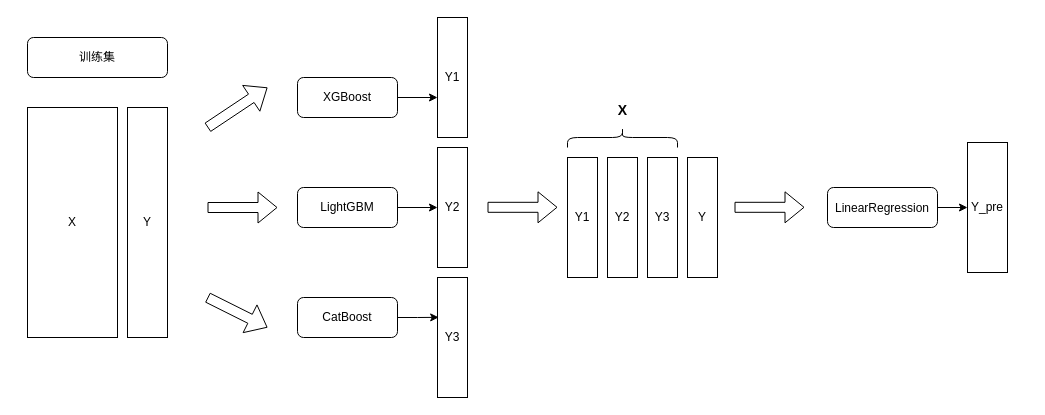
Before: stacking.drawio in bxf9812/learngit, a draw.io diagram. Source tidied: cells renumbered, new cells numbered last; positions are measured from the earlier drawing's top-left corner, leaving out a move shared by most shapes. Both pictures are drawn from the tidied source at 100%, with x=0, y=0 at pixel (27, 17).
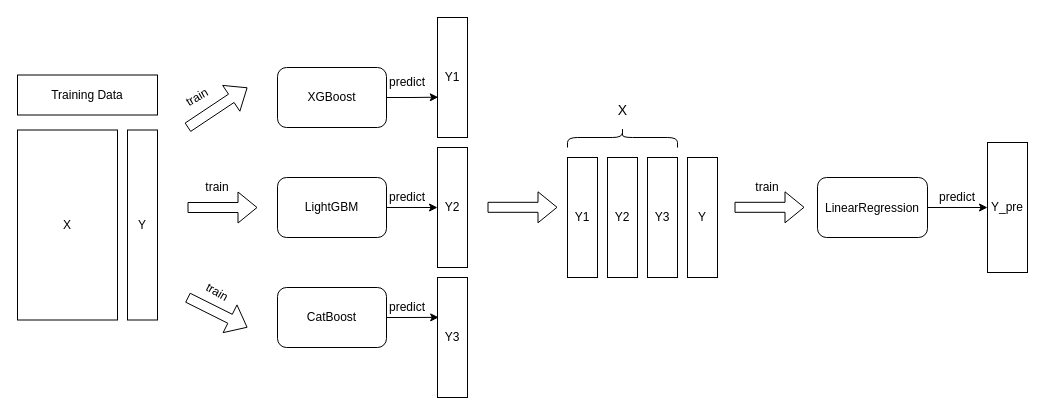
After the change.

The change refers to these unchanged cells:
```xml
<mxCell id="14" value="Y1" style="rounded=0;whiteSpace=wrap;html=1;" parent="1" vertex="1">
  <mxGeometry x="410" width="30" height="120" as="geometry" />
</mxCell>
```

The edit, as a diff of the source:
```diff
@@
-    <mxCell id="2" value="训练集" style="rounded=1;whiteSpace=wrap;html=1;" parent="1" vertex="1">
-      <mxGeometry y="20" width="140" height="40" as="geometry" />
-    </mxCell>
     <mxCell id="3" value="X" style="rounded=0;whiteSpace=wrap;html=1;" parent="1" vertex="1">
-      <mxGeometry y="90" width="90" height="230" as="geometry" />
+      <mxGeometry x="-10" y="112.5" width="100" height="190" as="geometry" />
     </mxCell>
     <mxCell id="4" value="Y" style="rounded=0;whiteSpace=wrap;html=1;" parent="1" vertex="1">
-      <mxGeometry x="100" y="90" width="40" height="230" as="geometry" />
+      <mxGeometry x="100" y="112.5" width="30" height="190" as="geometry" />
     </mxCell>
     <mxCell id="5" style="shape=flexArrow;endArrow=classic;html=1;rounded=0;" parent="1" edge="1">
       <mxGeometry relative="1" as="geometry">
-        <mxPoint x="180" y="110" as="sourcePoint" />
-        <mxPoint x="240" y="70" as="targetPoint" />
+        <mxPoint x="160" y="110" as="sourcePoint" />
+        <mxPoint x="220" y="70" as="targetPoint" />
       </mxGeometry>
     </mxCell>
     <mxCell id="6" style="shape=flexArrow;endArrow=classic;html=1;rounded=0;" parent="1" edge="1">
       <mxGeometry relative="1" as="geometry">
-        <mxPoint x="180" y="190" as="sourcePoint" />
-        <mxPoint x="250" y="190" as="targetPoint" />
+        <mxPoint x="160" y="190" as="sourcePoint" />
+        <mxPoint x="230" y="190" as="targetPoint" />
       </mxGeometry>
     </mxCell>
     <mxCell id="7" style="shape=flexArrow;endArrow=classic;html=1;rounded=0;" parent="1" edge="1">
       <mxGeometry relative="1" as="geometry">
-        <mxPoint x="180" y="280" as="sourcePoint" />
-        <mxPoint x="240" y="310" as="targetPoint" />
+        <mxPoint x="160" y="280" as="sourcePoint" />
+        <mxPoint x="220" y="310" as="targetPoint" />
       </mxGeometry>
     </mxCell>
@@
     <mxCell id="9" value="LightGBM" style="rounded=1;whiteSpace=wrap;html=1;" parent="1" vertex="1">
-      <mxGeometry x="270" y="170" width="100" height="40" as="geometry" />
+      <mxGeometry x="250" y="160" width="109" height="60" as="geometry" />
     </mxCell>
-    <mxCell id="10" style="edgeStyle=orthogonalEdgeStyle;rounded=0;jettySize=auto;html=1;" parent="1" edge="1" source="11" target="14">
-      <mxGeometry relative="1" as="geometry">
-        <Array as="points">
-          <mxPoint x="420" y="80" />
-          <mxPoint x="420" y="80" />
-        </Array>
-      </mxGeometry>
+    <mxCell id="10" style="edgeStyle=orthogonalEdgeStyle;rounded=0;jettySize=auto;html=1;fontFamily=Helvetica;fontSize=14;fontColor=#030303;entryX=0.025;entryY=0.664;entryDx=0;entryDy=0;entryPerimeter=0;" parent="1" edge="1" source="11" target="14">
+      <mxGeometry relative="1" as="geometry" />
     </mxCell>
     <mxCell id="11" value="XGBoost" style="rounded=1;whiteSpace=wrap;html=1;" parent="1" vertex="1">
-      <mxGeometry x="270" y="60" width="100" height="40" as="geometry" />
+      <mxGeometry x="250" y="50" width="109" height="60" as="geometry" />
     </mxCell>
@@
     <mxCell id="13" value="CatBoost" style="rounded=1;whiteSpace=wrap;html=1;" parent="1" vertex="1">
-      <mxGeometry x="270" y="280" width="100" height="40" as="geometry" />
+      <mxGeometry x="250" y="270" width="109" height="60" as="geometry" />
     </mxCell>
@@
     <mxCell id="19" value="&lt;div style=&quot;background-color: rgb(255, 255, 255); font-weight: normal; font-size: 14px; line-height: 19px;&quot;&gt;&lt;div&gt;&lt;font style=&quot;font-size: 12px;&quot; face=&quot;Helvetica&quot; color=&quot;#030303&quot;&gt;LinearRegression&lt;/font&gt;&lt;/div&gt;&lt;/div&gt;" style="rounded=1;whiteSpace=wrap;html=1;" parent="1" vertex="1">
-      <mxGeometry x="800" y="170" width="110" height="40" as="geometry" />
+      <mxGeometry x="790" y="160" width="110" height="60" as="geometry" />
     </mxCell>
@@
-    <mxCell id="25" value="&lt;font style=&quot;font-size: 14px;&quot;&gt;X&lt;/font&gt;" style="text;strokeColor=none;fillColor=none;html=1;fontSize=24;fontStyle=1;verticalAlign=middle;align=center;fontFamily=Helvetica;fontColor=#030303;" parent="1" vertex="1">
+    <mxCell id="25" value="&lt;font style=&quot;font-size: 14px;&quot;&gt;X&lt;/font&gt;" style="text;strokeColor=none;fillColor=none;html=1;fontSize=24;fontStyle=0;verticalAlign=middle;align=center;fontFamily=Helvetica;fontColor=#030303;" parent="1" vertex="1">
       <mxGeometry x="545" y="75" width="100" height="30" as="geometry" />
     </mxCell>
@@
     <mxCell id="27" value="Y_pre" style="rounded=0;whiteSpace=wrap;html=1;" parent="1" vertex="1">
-      <mxGeometry x="940" y="125" width="40" height="130" as="geometry" />
+      <mxGeometry x="960" y="125" width="40" height="130" as="geometry" />
     </mxCell>
+    <mxCell id="28" value="train" style="text;html=1;strokeColor=none;fillColor=none;align=center;verticalAlign=middle;whiteSpace=wrap;overflow=hidden;rotation=-30;" parent="1" vertex="1">
+      <mxGeometry x="130" y="70" width="80" height="20" as="geometry" />
+    </mxCell>
+    <mxCell id="29" value="train" style="text;html=1;strokeColor=none;fillColor=none;align=center;verticalAlign=middle;whiteSpace=wrap;overflow=hidden;" parent="1" vertex="1">
+      <mxGeometry x="150" y="160" width="80" height="20" as="geometry" />
+    </mxCell>
+    <mxCell id="30" value="train" style="text;html=1;strokeColor=none;fillColor=none;align=center;verticalAlign=middle;whiteSpace=wrap;overflow=hidden;rotation=30;" parent="1" vertex="1">
+      <mxGeometry x="150" y="265" width="80" height="20" as="geometry" />
+    </mxCell>
+    <mxCell id="31" value="predict" style="text;html=1;strokeColor=none;fillColor=none;align=center;verticalAlign=middle;whiteSpace=wrap;overflow=hidden;" parent="1" vertex="1">
+      <mxGeometry x="340" y="55" width="80" height="20" as="geometry" />
+    </mxCell>
+    <mxCell id="32" value="predict" style="text;html=1;strokeColor=none;fillColor=none;align=center;verticalAlign=middle;whiteSpace=wrap;overflow=hidden;" parent="1" vertex="1">
+      <mxGeometry x="340" y="170" width="80" height="20" as="geometry" />
+    </mxCell>
+    <mxCell id="33" value="predict" style="text;html=1;strokeColor=none;fillColor=none;align=center;verticalAlign=middle;whiteSpace=wrap;overflow=hidden;" parent="1" vertex="1">
+      <mxGeometry x="340" y="280" width="80" height="20" as="geometry" />
+    </mxCell>
+    <mxCell id="34" value="train" style="text;html=1;strokeColor=none;fillColor=none;align=center;verticalAlign=middle;whiteSpace=wrap;overflow=hidden;" parent="1" vertex="1">
+      <mxGeometry x="700" y="160" width="80" height="20" as="geometry" />
+    </mxCell>
+    <mxCell id="35" value="predict" style="text;html=1;strokeColor=none;fillColor=none;align=center;verticalAlign=middle;whiteSpace=wrap;overflow=hidden;" parent="1" vertex="1">
+      <mxGeometry x="890" y="170" width="80" height="20" as="geometry" />
+    </mxCell>
+    <mxCell id="36" value="Training Data" style="rounded=0;whiteSpace=wrap;html=1;" parent="1" vertex="1">
+      <mxGeometry x="-10" y="57.5" width="140" height="40" as="geometry" />
+    </mxCell>
```
